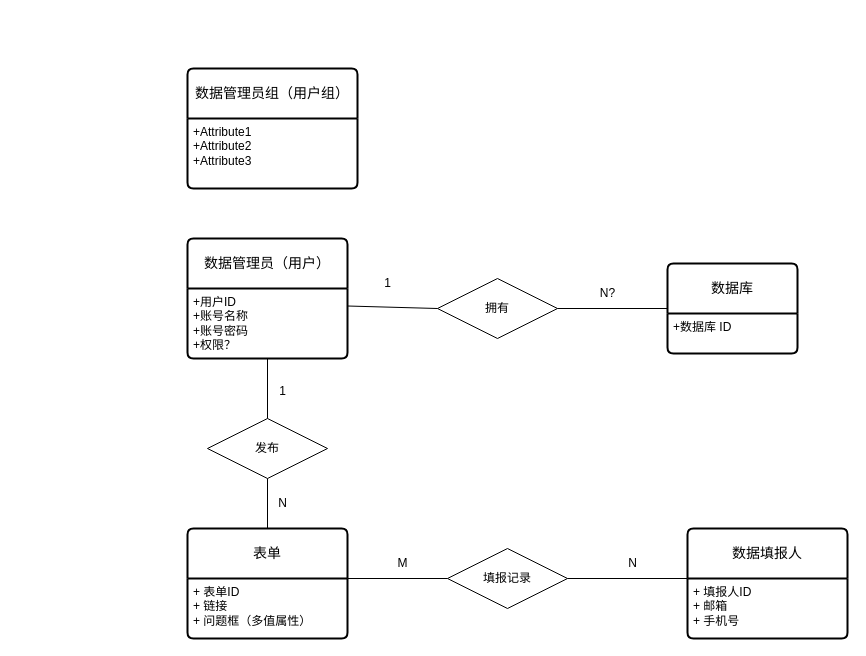
The draw.io diagram 软工课设.drawio in Iaiolk/VerilogCDE, before the edit. Source tidied: cells renumbered, new cells numbered last; positions are measured from the earlier drawing's top-left corner, leaving out a move shared by most shapes. Both pictures are drawn from the tidied source at 100%, with x=0, y=0 at pixel (187, 68).
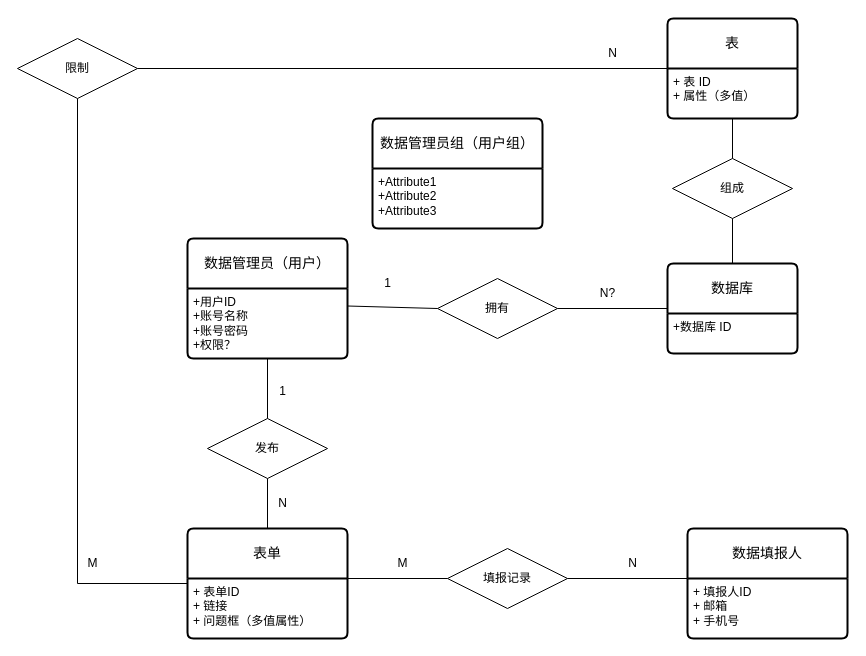
Above is the later version.

Commit message (it also covers changes not shown here):
更新软工课设.drawio

Unchanged cells that the change refers to:
```xml
<mxCell id="8" value="数据库" style="swimlane;horizontal=1;startSize=50;rounded=1;fontSize=14;fontStyle=0;strokeWidth=2;shadow=0;dashed=0;align=center;arcSize=4;whiteSpace=wrap;html=1;" parent="1" vertex="1">
  <mxGeometry x="480" y="195" width="130" height="90" as="geometry" />
</mxCell>
<mxCell id="10" value="表单" style="swimlane;horizontal=1;startSize=50;rounded=1;fontSize=14;fontStyle=0;strokeWidth=2;shadow=0;dashed=0;align=center;arcSize=4;whiteSpace=wrap;html=1;" parent="1" vertex="1">
  <mxGeometry y="460" width="160" height="110" as="geometry" />
</mxCell>
```

What changed in the source:
```diff
@@
     <mxCell id="6" value="数据管理员组（用户组）" style="swimlane;horizontal=1;startSize=50;rounded=1;fontSize=14;fontStyle=0;strokeWidth=2;shadow=0;dashed=0;align=center;arcSize=4;whiteSpace=wrap;html=1;" parent="1" vertex="1">
-      <mxGeometry width="170" height="120" as="geometry" />
+      <mxGeometry x="185" y="50" width="170" height="110" as="geometry" />
     </mxCell>
     <mxCell id="7" value="+Attribute1&#10;+Attribute2&#10;+Attribute3" style="align=left;strokeColor=none;fillColor=none;spacingLeft=4;fontSize=12;verticalAlign=top;html=1;" parent="6" vertex="1">
-      <mxGeometry y="50" width="170" height="70" as="geometry" />
+      <mxGeometry y="50" width="170" height="60" as="geometry" />
     </mxCell>
@@
+    <mxCell id="27" value="表" style="swimlane;horizontal=1;startSize=50;rounded=1;fontSize=14;fontStyle=0;strokeWidth=2;shadow=0;dashed=0;align=center;arcSize=4;whiteSpace=wrap;html=1;" parent="1" vertex="1">
+      <mxGeometry x="480" y="-50" width="130" height="100" as="geometry" />
+    </mxCell>
+    <mxCell id="28" value="+ 表 ID&lt;br&gt;+ 属性（多值）" style="align=left;strokeColor=none;fillColor=none;spacingLeft=4;fontSize=12;verticalAlign=top;html=1;" parent="27" vertex="1">
+      <mxGeometry y="50" width="130" height="50" as="geometry" />
+    </mxCell>
+    <mxCell id="29" value="组成" style="shape=rhombus;perimeter=rhombusPerimeter;whiteSpace=wrap;html=1;align=center;" parent="1" vertex="1">
+      <mxGeometry x="485" y="90" width="120" height="60" as="geometry" />
+    </mxCell>
+    <mxCell id="30" style="endArrow=none;html=1;rounded=0;exitX=0.5;exitY=1;exitDx=0;exitDy=0;entryX=0.5;entryY=0;entryDx=0;entryDy=0;" parent="1" edge="1" source="29" target="8">
+      <mxGeometry relative="1" as="geometry" />
+    </mxCell>
+    <mxCell id="31" style="endArrow=none;html=1;rounded=0;exitX=0.5;exitY=1;exitDx=0;exitDy=0;entryX=0.5;entryY=0;entryDx=0;entryDy=0;" parent="1" edge="1" source="28" target="29">
+      <mxGeometry relative="1" as="geometry" />
+    </mxCell>
+    <mxCell id="32" value="限制" style="shape=rhombus;perimeter=rhombusPerimeter;whiteSpace=wrap;html=1;align=center;" parent="1" vertex="1">
+      <mxGeometry x="-170" y="-30" width="120" height="60" as="geometry" />
+    </mxCell>
+    <mxCell id="33" style="endArrow=none;html=1;rounded=0;exitX=0.5;exitY=1;exitDx=0;exitDy=0;entryX=0;entryY=0.5;entryDx=0;entryDy=0;" parent="1" edge="1" source="32" target="10">
+      <mxGeometry relative="1" as="geometry">
+        <Array as="points">
+          <mxPoint x="-110" y="515" />
+        </Array>
+      </mxGeometry>
+    </mxCell>
+    <mxCell id="34" style="endArrow=none;html=1;rounded=0;exitX=1;exitY=0.5;exitDx=0;exitDy=0;entryX=0;entryY=0.5;entryDx=0;entryDy=0;" parent="1" edge="1" source="32" target="27">
+      <mxGeometry relative="1" as="geometry" />
+    </mxCell>
+    <mxCell id="35" value="M" style="text;html=1;align=center;verticalAlign=middle;strokeColor=none;fillColor=none;" parent="1" vertex="1">
+      <mxGeometry x="-110" y="480" width="30" height="30" as="geometry" />
+    </mxCell>
+    <mxCell id="36" value="N" style="text;html=1;align=center;verticalAlign=middle;strokeColor=none;fillColor=none;" parent="1" vertex="1">
+      <mxGeometry x="410" y="-30" width="30" height="30" as="geometry" />
+    </mxCell>
```
